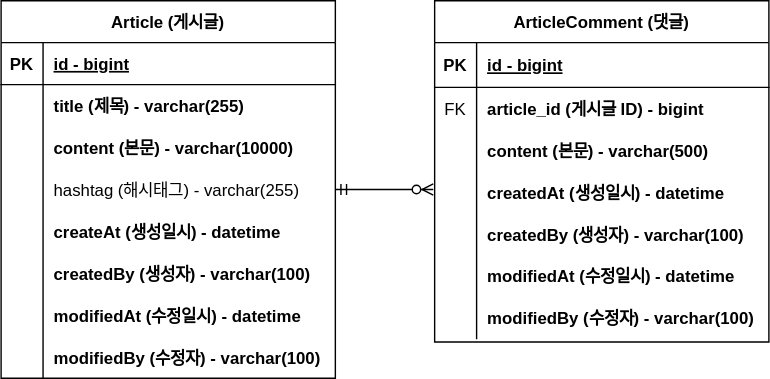
The draw.io diagram document/project-board-erd.svg in whatkinda/fc-project-board, before a commit. Source tidied: cells renumbered, new cells last; positions are measured from the earlier drawing's top-left corner, leaving out a move shared by most shapes.
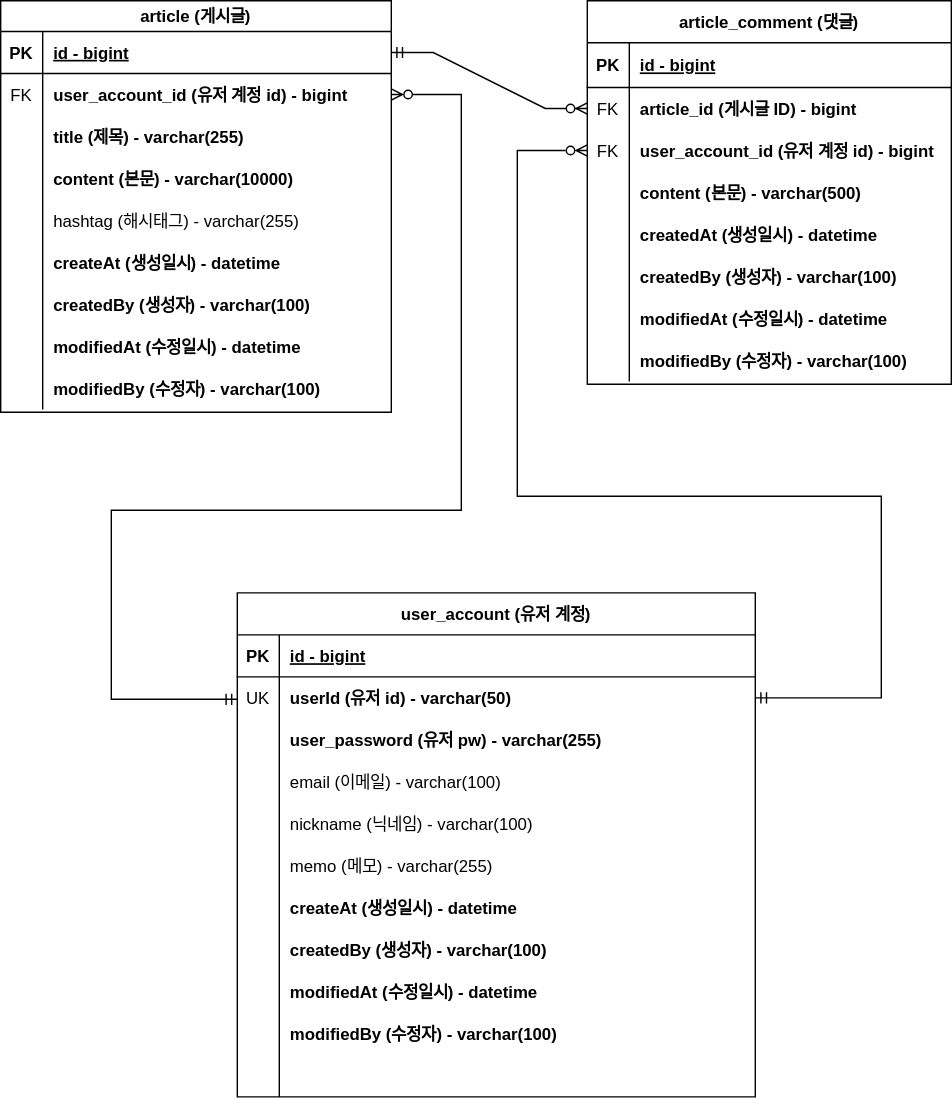
The same file after the commit.

Commit message:
#18 - 회원 계정 ERD 추가

What changed in the source:
```diff
@@ -4,7 +4,7 @@
     <mxCell id="1" parent="0" />
-    <mxCell id="2" value="ArticleComment (댓글)" style="shape=table;startSize=30;rowLines=0;fontStyle=1;align=center;" parent="1" vertex="1">
-      <mxGeometry x="310" width="239" height="244" as="geometry" />
+    <mxCell id="2" value="article_comment (댓글)" style="shape=table;startSize=30;rowLines=0;fontStyle=1;align=center;" parent="1" vertex="1">
+      <mxGeometry x="419" y="-32" width="260" height="274" as="geometry" />
     </mxCell>
     <mxCell id="3" style="shape=partialRectangle;fillColor=none;top=0;left=0;right=0;bottom=1;" parent="2" vertex="1">
-      <mxGeometry y="30" width="239" height="32" as="geometry" />
+      <mxGeometry y="30" width="260" height="32" as="geometry" />
     </mxCell>
@@ -14,6 +14,6 @@
     <mxCell id="5" value="id - bigint" style="shape=partialRectangle;overflow=hidden;fillColor=none;top=0;left=0;bottom=0;right=0;align=left;spacingLeft=6;fontStyle=5;" parent="3" vertex="1">
-      <mxGeometry x="30" width="209" height="32" as="geometry" />
+      <mxGeometry x="30" width="230" height="32" as="geometry" />
     </mxCell>
     <mxCell id="6" style="shape=partialRectangle;fillColor=none;points=[[0,0.5],[1,0.5]];portConstraint=eastwest;top=0;left=0;right=0;bottom=0;" parent="2" vertex="1">
-      <mxGeometry y="62" width="239" height="30" as="geometry" />
+      <mxGeometry y="62" width="260" height="30" as="geometry" />
     </mxCell>
@@ -23,6 +23,15 @@
     <mxCell id="8" value="article_id (게시글 ID) - bigint" style="shape=partialRectangle;overflow=hidden;fillColor=none;top=0;left=0;bottom=0;right=0;align=left;spacingLeft=6;fontStyle=1;" parent="6" vertex="1">
-      <mxGeometry x="30" width="209" height="30" as="geometry" />
+      <mxGeometry x="30" width="230" height="30" as="geometry" />
     </mxCell>
+    <mxCell id="50" style="shape=partialRectangle;fillColor=none;points=[[0,0.5],[1,0.5]];portConstraint=eastwest;top=0;left=0;right=0;bottom=0;" parent="2" vertex="1">
+      <mxGeometry y="92" width="260" height="30" as="geometry" />
+    </mxCell>
+    <mxCell id="51" value="FK" style="shape=partialRectangle;overflow=hidden;fillColor=none;top=0;left=0;bottom=0;right=0;" parent="50" vertex="1">
+      <mxGeometry width="30" height="30" as="geometry" />
+    </mxCell>
+    <mxCell id="52" value="user_account_id (유저 계정 id) - bigint" style="shape=partialRectangle;overflow=hidden;fillColor=none;top=0;left=0;bottom=0;right=0;align=left;spacingLeft=6;fontStyle=1;" parent="50" vertex="1">
+      <mxGeometry x="30" width="230" height="30" as="geometry" />
+    </mxCell>
     <mxCell id="9" style="shape=partialRectangle;fillColor=none;top=0;left=0;right=0;bottom=0;" parent="2" vertex="1">
-      <mxGeometry y="92" width="239" height="30" as="geometry" />
+      <mxGeometry y="122" width="260" height="30" as="geometry" />
     </mxCell>
@@ -32,6 +41,6 @@
     <mxCell id="11" value="content (본문) - varchar(500)" style="shape=partialRectangle;overflow=hidden;fillColor=none;top=0;left=0;bottom=0;right=0;align=left;spacingLeft=6;fontStyle=1;" parent="9" vertex="1">
-      <mxGeometry x="30" width="209" height="30" as="geometry" />
+      <mxGeometry x="30" width="230" height="30" as="geometry" />
     </mxCell>
     <mxCell id="12" style="shape=partialRectangle;fillColor=none;top=0;left=0;right=0;bottom=0;" parent="2" vertex="1">
-      <mxGeometry y="122" width="239" height="30" as="geometry" />
+      <mxGeometry y="152" width="260" height="30" as="geometry" />
     </mxCell>
@@ -41,6 +50,6 @@
     <mxCell id="14" value="createdAt (생성일시) - datetime" style="shape=partialRectangle;overflow=hidden;fillColor=none;top=0;left=0;bottom=0;right=0;align=left;spacingLeft=6;fontStyle=1;" parent="12" vertex="1">
-      <mxGeometry x="30" width="209" height="30" as="geometry" />
+      <mxGeometry x="30" width="230" height="30" as="geometry" />
     </mxCell>
     <mxCell id="15" style="shape=partialRectangle;fillColor=none;top=0;left=0;right=0;bottom=0;" parent="2" vertex="1">
-      <mxGeometry y="152" width="239" height="30" as="geometry" />
+      <mxGeometry y="182" width="260" height="30" as="geometry" />
     </mxCell>
@@ -50,6 +59,6 @@
     <mxCell id="17" value="createdBy (생성자) - varchar(100)" style="shape=partialRectangle;overflow=hidden;fillColor=none;top=0;left=0;bottom=0;right=0;align=left;spacingLeft=6;fontStyle=1;" parent="15" vertex="1">
-      <mxGeometry x="30" width="209" height="30" as="geometry" />
+      <mxGeometry x="30" width="230" height="30" as="geometry" />
     </mxCell>
     <mxCell id="18" style="shape=partialRectangle;fillColor=none;top=0;left=0;right=0;bottom=0;" parent="2" vertex="1">
-      <mxGeometry y="182" width="239" height="30" as="geometry" />
+      <mxGeometry y="212" width="260" height="30" as="geometry" />
     </mxCell>
@@ -59,6 +68,6 @@
     <mxCell id="20" value="modifiedAt (수정일시) - datetime" style="shape=partialRectangle;overflow=hidden;fillColor=none;top=0;left=0;bottom=0;right=0;align=left;spacingLeft=6;fontStyle=1;" parent="18" vertex="1">
-      <mxGeometry x="30" width="209" height="30" as="geometry" />
+      <mxGeometry x="30" width="230" height="30" as="geometry" />
     </mxCell>
     <mxCell id="21" style="shape=partialRectangle;fillColor=none;top=0;left=0;right=0;bottom=0;" parent="2" vertex="1">
-      <mxGeometry y="212" width="239" height="30" as="geometry" />
+      <mxGeometry y="242" width="260" height="30" as="geometry" />
     </mxCell>
@@ -68,9 +77,9 @@
     <mxCell id="23" value="modifiedBy (수정자) - varchar(100)" style="shape=partialRectangle;overflow=hidden;fillColor=none;top=0;left=0;bottom=0;right=0;align=left;spacingLeft=6;fontStyle=1;" parent="21" vertex="1">
-      <mxGeometry x="30" width="209" height="30" as="geometry" />
+      <mxGeometry x="30" width="230" height="30" as="geometry" />
     </mxCell>
-    <mxCell id="24" value="Article (게시글)" style="shape=table;startSize=30;rowLines=0;fontStyle=1;align=center;" parent="1" vertex="1">
-      <mxGeometry width="239" height="270" as="geometry" />
+    <mxCell id="24" value="article (게시글)" style="shape=table;startSize=22;rowLines=0;fontStyle=1;align=center;" parent="1" vertex="1">
+      <mxGeometry y="-32" width="279" height="294" as="geometry" />
     </mxCell>
     <mxCell id="25" style="shape=partialRectangle;fillColor=none;points=[[0,0.5],[1,0.5]];portConstraint=eastwest;top=0;left=0;right=0;bottom=1;" parent="24" vertex="1">
-      <mxGeometry y="30" width="239" height="30" as="geometry" />
+      <mxGeometry y="22" width="279" height="30" as="geometry" />
     </mxCell>
@@ -80,15 +89,24 @@
     <mxCell id="27" value="id - bigint" style="shape=partialRectangle;overflow=hidden;fillColor=none;top=0;left=0;bottom=0;right=0;align=left;spacingLeft=6;fontStyle=5;" parent="25" vertex="1">
-      <mxGeometry x="30" width="209" height="30" as="geometry" />
+      <mxGeometry x="30" width="249" height="30" as="geometry" />
     </mxCell>
     <mxCell id="28" style="shape=partialRectangle;fillColor=none;points=[[0,0.5],[1,0.5]];portConstraint=eastwest;top=0;left=0;right=0;bottom=0;" parent="24" vertex="1">
-      <mxGeometry y="60" width="239" height="30" as="geometry" />
+      <mxGeometry y="52" width="279" height="30" as="geometry" />
     </mxCell>
-    <mxCell id="29" style="shape=partialRectangle;overflow=hidden;fillColor=none;top=0;left=0;bottom=0;right=0;" parent="28" vertex="1">
+    <mxCell id="29" value="FK" style="shape=partialRectangle;overflow=hidden;fillColor=none;top=0;left=0;bottom=0;right=0;" parent="28" vertex="1">
       <mxGeometry width="30" height="30" as="geometry" />
     </mxCell>
-    <mxCell id="30" value="title (제목) - varchar(255)" style="shape=partialRectangle;overflow=hidden;fillColor=none;top=0;left=0;bottom=0;right=0;align=left;spacingLeft=6;fontStyle=1;" parent="28" vertex="1">
-      <mxGeometry x="30" width="209" height="30" as="geometry" />
+    <mxCell id="30" value="user_account_id (유저 계정 id) - bigint" style="shape=partialRectangle;overflow=hidden;fillColor=none;top=0;left=0;bottom=0;right=0;align=left;spacingLeft=6;fontStyle=1;" parent="28" vertex="1">
+      <mxGeometry x="30" width="249" height="30" as="geometry" />
     </mxCell>
+    <mxCell id="53" style="shape=partialRectangle;fillColor=none;top=0;left=0;right=0;bottom=0;" parent="24" vertex="1">
+      <mxGeometry y="82" width="279" height="30" as="geometry" />
+    </mxCell>
+    <mxCell id="54" style="shape=partialRectangle;overflow=hidden;fillColor=none;top=0;left=0;bottom=0;right=0;" parent="53" vertex="1">
+      <mxGeometry width="30" height="30" as="geometry" />
+    </mxCell>
+    <mxCell id="55" value="title (제목) - varchar(255)" style="shape=partialRectangle;overflow=hidden;fillColor=none;top=0;left=0;bottom=0;right=0;align=left;spacingLeft=6;fontStyle=1;" parent="53" vertex="1">
+      <mxGeometry x="30" width="249" height="30" as="geometry" />
+    </mxCell>
     <mxCell id="31" style="shape=partialRectangle;fillColor=none;top=0;left=0;right=0;bottom=0;" parent="24" vertex="1">
-      <mxGeometry y="90" width="239" height="30" as="geometry" />
+      <mxGeometry y="112" width="279" height="30" as="geometry" />
     </mxCell>
@@ -98,6 +116,6 @@
     <mxCell id="33" value="content (본문) - varchar(10000)" style="shape=partialRectangle;overflow=hidden;fillColor=none;top=0;left=0;bottom=0;right=0;align=left;spacingLeft=6;fontStyle=1;" parent="31" vertex="1">
-      <mxGeometry x="30" width="209" height="30" as="geometry" />
+      <mxGeometry x="30" width="249" height="30" as="geometry" />
     </mxCell>
     <mxCell id="34" style="shape=partialRectangle;fillColor=none;points=[[0,0.5],[1,0.5]];portConstraint=eastwest;top=0;left=0;right=0;bottom=0;" parent="24" vertex="1">
-      <mxGeometry y="120" width="239" height="30" as="geometry" />
+      <mxGeometry y="142" width="279" height="30" as="geometry" />
     </mxCell>
@@ -107,6 +125,6 @@
     <mxCell id="36" value="hashtag (해시태그) - varchar(255)" style="shape=partialRectangle;overflow=hidden;fillColor=none;top=0;left=0;bottom=0;right=0;align=left;spacingLeft=6;" parent="34" vertex="1">
-      <mxGeometry x="30" width="209" height="30" as="geometry" />
+      <mxGeometry x="30" width="249" height="30" as="geometry" />
     </mxCell>
     <mxCell id="37" style="shape=partialRectangle;fillColor=none;top=0;left=0;right=0;bottom=0;" parent="24" vertex="1">
-      <mxGeometry y="150" width="239" height="30" as="geometry" />
+      <mxGeometry y="172" width="279" height="30" as="geometry" />
     </mxCell>
@@ -116,6 +134,6 @@
     <mxCell id="39" value="createAt (생성일시) - datetime" style="shape=partialRectangle;overflow=hidden;fillColor=none;top=0;left=0;bottom=0;right=0;align=left;spacingLeft=6;fontStyle=1;" parent="37" vertex="1">
-      <mxGeometry x="30" width="209" height="30" as="geometry" />
+      <mxGeometry x="30" width="249" height="30" as="geometry" />
     </mxCell>
     <mxCell id="40" style="shape=partialRectangle;fillColor=none;top=0;left=0;right=0;bottom=0;" parent="24" vertex="1">
-      <mxGeometry y="180" width="239" height="30" as="geometry" />
+      <mxGeometry y="202" width="279" height="30" as="geometry" />
     </mxCell>
@@ -125,6 +143,6 @@
     <mxCell id="42" value="createdBy (생성자) - varchar(100)" style="shape=partialRectangle;overflow=hidden;fillColor=none;top=0;left=0;bottom=0;right=0;align=left;spacingLeft=6;fontStyle=1;" parent="40" vertex="1">
-      <mxGeometry x="30" width="209" height="30" as="geometry" />
+      <mxGeometry x="30" width="249" height="30" as="geometry" />
     </mxCell>
     <mxCell id="43" style="shape=partialRectangle;fillColor=none;top=0;left=0;right=0;bottom=0;" parent="24" vertex="1">
-      <mxGeometry y="210" width="239" height="30" as="geometry" />
+      <mxGeometry y="232" width="279" height="30" as="geometry" />
     </mxCell>
@@ -134,6 +152,6 @@
     <mxCell id="45" value="modifiedAt (수정일시) - datetime" style="shape=partialRectangle;overflow=hidden;fillColor=none;top=0;left=0;bottom=0;right=0;align=left;spacingLeft=6;fontStyle=1;" parent="43" vertex="1">
-      <mxGeometry x="30" width="209" height="30" as="geometry" />
+      <mxGeometry x="30" width="249" height="30" as="geometry" />
     </mxCell>
     <mxCell id="46" style="shape=partialRectangle;fillColor=none;top=0;left=0;right=0;bottom=0;" parent="24" vertex="1">
-      <mxGeometry y="240" width="239" height="30" as="geometry" />
+      <mxGeometry y="262" width="279" height="30" as="geometry" />
     </mxCell>
@@ -143,9 +161,130 @@
     <mxCell id="48" value="modifiedBy (수정자) - varchar(100)" style="shape=partialRectangle;overflow=hidden;fillColor=none;top=0;left=0;bottom=0;right=0;align=left;spacingLeft=6;fontStyle=1;" parent="46" vertex="1">
-      <mxGeometry x="30" width="209" height="30" as="geometry" />
+      <mxGeometry x="30" width="249" height="30" as="geometry" />
     </mxCell>
-    <mxCell id="49" style="edgeStyle=entityRelationEdgeStyle;fontSize=12;html=1;endArrow=ERzeroToMany;startArrow=ERmandOne;rounded=0;exitX=1;exitY=0.5;exitDx=0;exitDy=0;" parent="1" edge="1" source="34">
-      <mxGeometry relative="1" as="geometry">
-        <mxPoint x="309" y="135" as="targetPoint" />
-      </mxGeometry>
+    <mxCell id="49" style="edgeStyle=entityRelationEdgeStyle;fontSize=12;html=1;endArrow=ERzeroToMany;startArrow=ERmandOne;rounded=0;exitX=1;exitY=0.5;exitDx=0;exitDy=0;entryX=0;entryY=0.5;entryDx=0;entryDy=0;" parent="1" edge="1" source="25" target="6">
+      <mxGeometry relative="1" as="geometry" />
     </mxCell>
+    <mxCell id="56" value="user_account (유저 계정)" style="shape=table;startSize=30;rowLines=0;fontStyle=1;align=center;" parent="1" vertex="1">
+      <mxGeometry x="169" y="391" width="370" height="360" as="geometry" />
+    </mxCell>
+    <mxCell id="57" style="shape=partialRectangle;fillColor=none;top=0;left=0;right=0;bottom=1;" parent="56" vertex="1">
+      <mxGeometry y="30" width="370" height="30" as="geometry" />
+    </mxCell>
+    <mxCell id="58" value="PK" style="shape=partialRectangle;overflow=hidden;fillColor=none;top=0;left=0;bottom=0;right=0;fontStyle=1;" parent="57" vertex="1">
+      <mxGeometry width="30" height="30" as="geometry" />
+    </mxCell>
+    <mxCell id="59" value="id - bigint" style="shape=partialRectangle;overflow=hidden;fillColor=none;top=0;left=0;bottom=0;right=0;align=left;spacingLeft=6;fontStyle=5;" parent="57" vertex="1">
+      <mxGeometry x="30" width="340" height="30" as="geometry" />
+    </mxCell>
+    <mxCell id="60" style="shape=partialRectangle;fillColor=none;points=[[0,0.5],[1,0.5]];portConstraint=eastwest;top=0;left=0;right=0;bottom=0;" parent="56" vertex="1">
+      <mxGeometry y="60" width="370" height="30" as="geometry" />
+    </mxCell>
+    <mxCell id="61" value="UK" style="shape=partialRectangle;overflow=hidden;fillColor=none;top=0;left=0;bottom=0;right=0;" parent="60" vertex="1">
+      <mxGeometry width="30" height="30" as="geometry" />
+    </mxCell>
+    <mxCell id="62" value="userId (유저 id) - varchar(50)    " style="shape=partialRectangle;overflow=hidden;fillColor=none;top=0;left=0;bottom=0;right=0;align=left;spacingLeft=6;fontStyle=1;" parent="60" vertex="1">
+      <mxGeometry x="30" width="340" height="30" as="geometry" />
+    </mxCell>
+    <mxCell id="63" style="shape=partialRectangle;fillColor=none;top=0;left=0;right=0;bottom=0;" parent="56" vertex="1">
+      <mxGeometry y="90" width="370" height="30" as="geometry" />
+    </mxCell>
+    <mxCell id="64" style="shape=partialRectangle;overflow=hidden;fillColor=none;top=0;left=0;bottom=0;right=0;" parent="63" vertex="1">
+      <mxGeometry width="30" height="30" as="geometry" />
+    </mxCell>
+    <mxCell id="65" value="user_password (유저 pw) - varchar(255)" style="shape=partialRectangle;overflow=hidden;fillColor=none;top=0;left=0;bottom=0;right=0;align=left;spacingLeft=6;fontStyle=1;" parent="63" vertex="1">
+      <mxGeometry x="30" width="340" height="30" as="geometry" />
+    </mxCell>
+    <mxCell id="66" style="shape=partialRectangle;fillColor=none;top=0;left=0;right=0;bottom=0;" parent="56" vertex="1">
+      <mxGeometry y="120" width="370" height="30" as="geometry" />
+    </mxCell>
+    <mxCell id="67" style="shape=partialRectangle;overflow=hidden;fillColor=none;top=0;left=0;bottom=0;right=0;" parent="66" vertex="1">
+      <mxGeometry width="30" height="30" as="geometry" />
+    </mxCell>
+    <mxCell id="68" value="email (이메일) - varchar(100)" style="shape=partialRectangle;overflow=hidden;fillColor=none;top=0;left=0;bottom=0;right=0;align=left;spacingLeft=6;" parent="66" vertex="1">
+      <mxGeometry x="30" width="340" height="30" as="geometry" />
+    </mxCell>
+    <mxCell id="69" style="shape=partialRectangle;fillColor=none;top=0;left=0;right=0;bottom=0;" parent="56" vertex="1">
+      <mxGeometry y="150" width="370" height="30" as="geometry" />
+    </mxCell>
+    <mxCell id="70" style="shape=partialRectangle;overflow=hidden;fillColor=none;top=0;left=0;bottom=0;right=0;" parent="69" vertex="1">
+      <mxGeometry width="30" height="30" as="geometry" />
+    </mxCell>
+    <mxCell id="71" value="nickname (닉네임) - varchar(100)" style="shape=partialRectangle;overflow=hidden;fillColor=none;top=0;left=0;bottom=0;right=0;align=left;spacingLeft=6;fontStyle=0;" parent="69" vertex="1">
+      <mxGeometry x="30" width="340" height="30" as="geometry" />
+    </mxCell>
+    <mxCell id="72" style="shape=partialRectangle;fillColor=none;top=0;left=0;right=0;bottom=0;" parent="56" vertex="1">
+      <mxGeometry y="180" width="370" height="30" as="geometry" />
+    </mxCell>
+    <mxCell id="73" style="shape=partialRectangle;overflow=hidden;fillColor=none;top=0;left=0;bottom=0;right=0;" parent="72" vertex="1">
+      <mxGeometry width="30" height="30" as="geometry" />
+    </mxCell>
+    <mxCell id="74" value="memo (메모) - varchar(255)" style="shape=partialRectangle;overflow=hidden;fillColor=none;top=0;left=0;bottom=0;right=0;align=left;spacingLeft=6;fontStyle=0;" parent="72" vertex="1">
+      <mxGeometry x="30" width="340" height="30" as="geometry" />
+    </mxCell>
+    <mxCell id="75" style="shape=partialRectangle;fillColor=none;top=0;left=0;right=0;bottom=0;" parent="56" vertex="1">
+      <mxGeometry y="210" width="370" height="30" as="geometry" />
+    </mxCell>
+    <mxCell id="76" style="shape=partialRectangle;overflow=hidden;fillColor=none;top=0;left=0;bottom=0;right=0;" parent="75" vertex="1">
+      <mxGeometry width="30" height="30" as="geometry" />
+    </mxCell>
+    <mxCell id="77" value="createAt (생성일시) - datetime" style="shape=partialRectangle;overflow=hidden;fillColor=none;top=0;left=0;bottom=0;right=0;align=left;spacingLeft=6;fontStyle=1;" parent="75" vertex="1">
+      <mxGeometry x="30" width="340" height="30" as="geometry" />
+    </mxCell>
+    <mxCell id="78" style="shape=partialRectangle;fillColor=none;top=0;left=0;right=0;bottom=0;" parent="56" vertex="1">
+      <mxGeometry y="240" width="370" height="30" as="geometry" />
+    </mxCell>
+    <mxCell id="79" style="shape=partialRectangle;overflow=hidden;fillColor=none;top=0;left=0;bottom=0;right=0;" parent="78" vertex="1">
+      <mxGeometry width="30" height="30" as="geometry" />
+    </mxCell>
+    <mxCell id="80" value="createdBy (생성자) - varchar(100)" style="shape=partialRectangle;overflow=hidden;fillColor=none;top=0;left=0;bottom=0;right=0;align=left;spacingLeft=6;fontStyle=1;" parent="78" vertex="1">
+      <mxGeometry x="30" width="340" height="30" as="geometry" />
+    </mxCell>
+    <mxCell id="81" style="shape=partialRectangle;fillColor=none;top=0;left=0;right=0;bottom=0;" parent="56" vertex="1">
+      <mxGeometry y="270" width="370" height="30" as="geometry" />
+    </mxCell>
+    <mxCell id="82" style="shape=partialRectangle;overflow=hidden;fillColor=none;top=0;left=0;bottom=0;right=0;" parent="81" vertex="1">
+      <mxGeometry width="30" height="30" as="geometry" />
+    </mxCell>
+    <mxCell id="83" value="modifiedAt (수정일시) - datetime" style="shape=partialRectangle;overflow=hidden;fillColor=none;top=0;left=0;bottom=0;right=0;align=left;spacingLeft=6;fontStyle=1;" parent="81" vertex="1">
+      <mxGeometry x="30" width="340" height="30" as="geometry" />
+    </mxCell>
+    <mxCell id="84" style="shape=partialRectangle;fillColor=none;top=0;left=0;right=0;bottom=0;" parent="56" vertex="1">
+      <mxGeometry y="300" width="370" height="30" as="geometry" />
+    </mxCell>
+    <mxCell id="85" style="shape=partialRectangle;overflow=hidden;fillColor=none;top=0;left=0;bottom=0;right=0;" parent="84" vertex="1">
+      <mxGeometry width="30" height="30" as="geometry" />
+    </mxCell>
+    <mxCell id="86" value="modifiedBy (수정자) - varchar(100)" style="shape=partialRectangle;overflow=hidden;fillColor=none;top=0;left=0;bottom=0;right=0;align=left;spacingLeft=6;fontStyle=1;" parent="84" vertex="1">
+      <mxGeometry x="30" width="340" height="30" as="geometry" />
+    </mxCell>
+    <mxCell id="87" style="shape=partialRectangle;fillColor=none;top=0;left=0;right=0;bottom=0;" parent="56" vertex="1">
+      <mxGeometry y="330" width="370" height="30" as="geometry" />
+    </mxCell>
+    <mxCell id="88" style="shape=partialRectangle;overflow=hidden;fillColor=none;top=0;left=0;bottom=0;right=0;" parent="87" vertex="1">
+      <mxGeometry width="30" height="30" as="geometry" />
+    </mxCell>
+    <mxCell id="89" style="shape=partialRectangle;overflow=hidden;fillColor=none;top=0;left=0;bottom=0;right=0;align=left;spacingLeft=6;fontStyle=1;" parent="87" vertex="1">
+      <mxGeometry x="30" width="340" height="30" as="geometry" />
+    </mxCell>
+    <mxCell id="90" style="endArrow=ERzeroToMany;html=1;rounded=0;entryX=0;entryY=0.5;entryDx=0;entryDy=0;exitX=1;exitY=0.5;exitDx=0;exitDy=0;startArrow=ERmandOne;startFill=0;endFill=0;" parent="1" edge="1" source="60" target="50">
+      <mxGeometry relative="1" as="geometry">
+        <Array as="points">
+          <mxPoint x="629" y="466" />
+          <mxPoint x="629" y="322" />
+          <mxPoint x="369" y="322" />
+          <mxPoint x="369" y="75" />
+        </Array>
+      </mxGeometry>
+    </mxCell>
+    <mxCell id="91" style="endArrow=ERmandOne;html=1;rounded=0;exitX=1;exitY=0.5;exitDx=0;exitDy=0;startArrow=ERzeroToMany;startFill=0;endFill=0;" parent="1" edge="1" source="28">
+      <mxGeometry relative="1" as="geometry">
+        <mxPoint x="169" y="467" as="targetPoint" />
+        <Array as="points">
+          <mxPoint x="329" y="35" />
+          <mxPoint x="329" y="332" />
+          <mxPoint x="79" y="332" />
+          <mxPoint x="79" y="467" />
+        </Array>
+      </mxGeometry>
+    </mxCell>
   </root>
```
